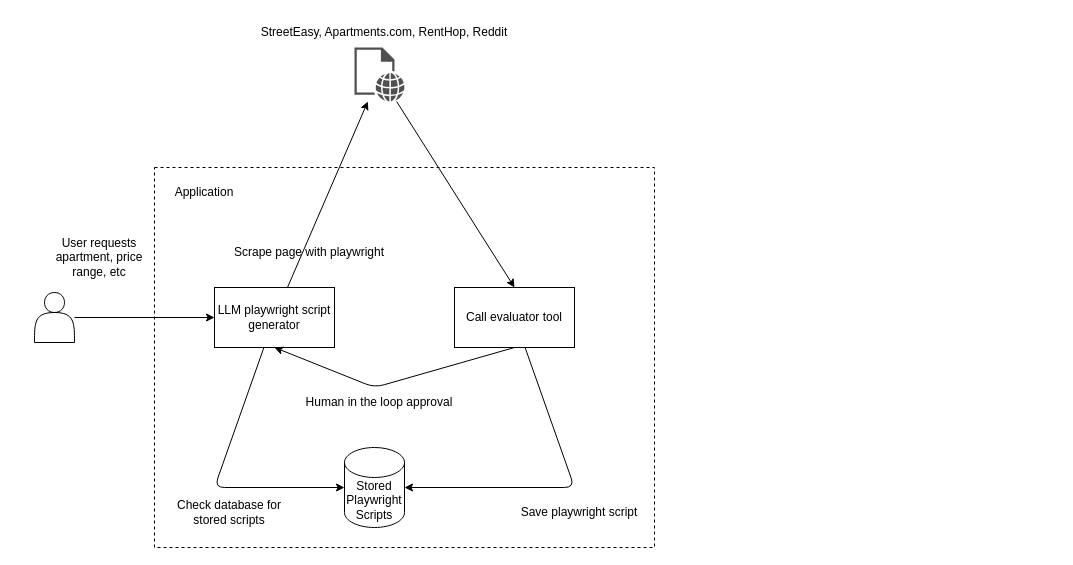
The draw.io diagram docs/architecture.drawio in GageWAnderson/broker-agent, before the edit. Source tidied: cells renumbered, new cells numbered last; positions are measured from the earlier drawing's top-left corner, leaving out a move shared by most shapes. Both pictures are drawn from the tidied source at 100%, with x=0, y=0 at pixel (34, 17).
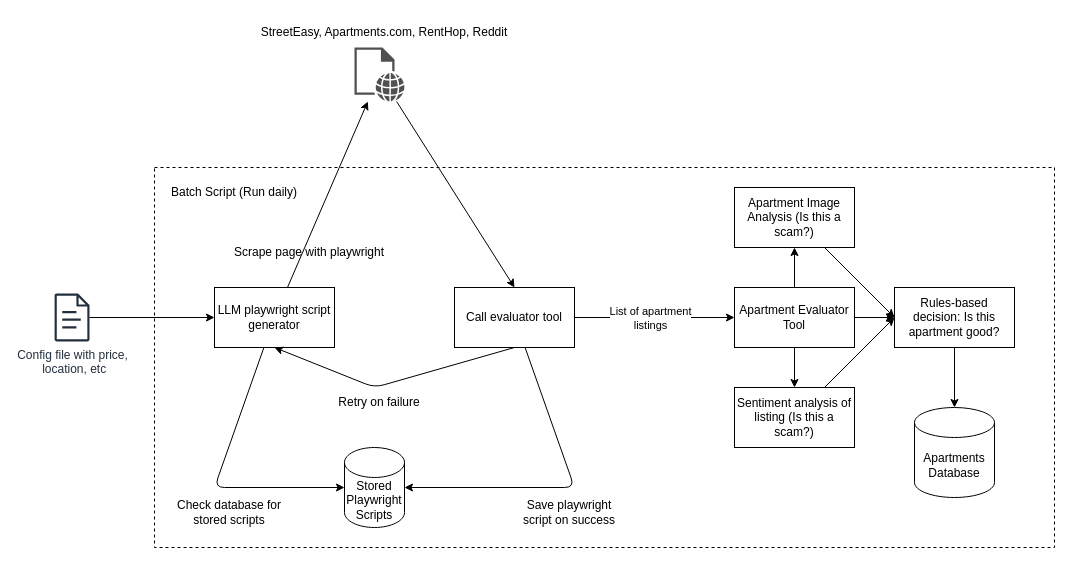
The same page after the edit.

Commit message (it also covers changes not shown here):
feat: looping through apartment script working

The change refers to these unchanged cells:
```xml
<mxCell id="6" value="LLM playwright script generator" style="whiteSpace=wrap;html=1;" parent="1" vertex="1">
  <mxGeometry x="180" y="270" width="120" height="60" as="geometry" />
</mxCell>
<mxCell id="8" value="Call evaluator tool" style="whiteSpace=wrap;html=1;" parent="1" vertex="1">
  <mxGeometry x="420" y="270" width="120" height="60" as="geometry" />
</mxCell>
```

The edit, as a diff of the source:
```diff
@@
     <mxCell id="2" style="whiteSpace=wrap;html=1;fillColor=none;dashed=1;" parent="1" vertex="1">
-      <mxGeometry x="120" y="150" width="500" height="380" as="geometry" />
+      <mxGeometry x="120" y="150" width="900" height="380" as="geometry" />
     </mxCell>
-    <mxCell id="3" style="edgeStyle=none;html=1;entryX=0;entryY=0.5;entryDx=0;entryDy=0;" parent="1" edge="1" source="4" target="6">
-      <mxGeometry relative="1" as="geometry" />
-    </mxCell>
-    <mxCell id="4" style="shape=actor;whiteSpace=wrap;html=1;" parent="1" vertex="1">
-      <mxGeometry y="275" width="40" height="50" as="geometry" />
-    </mxCell>
@@
+    <mxCell id="21" style="edgeStyle=none;html=1;entryX=0;entryY=0.5;entryDx=0;entryDy=0;" parent="1" edge="1" source="8" target="26">
+      <mxGeometry relative="1" as="geometry" />
+    </mxCell>
+    <mxCell id="22" value="List of apartment&lt;div&gt;listings&lt;/div&gt;" style="edgeLabel;html=1;align=center;verticalAlign=middle;" parent="21" vertex="1">
+      <mxGeometry x="-0.06" relative="1" as="geometry" />
+    </mxCell>
@@
-    <mxCell id="10" value="Human in the loop approval" style="text;html=1;align=center;verticalAlign=middle;whiteSpace=wrap;rounded=0;" parent="1" vertex="1">
+    <mxCell id="10" value="Retry on failure" style="text;html=1;align=center;verticalAlign=middle;whiteSpace=wrap;rounded=0;" parent="1" vertex="1">
       <mxGeometry x="260" y="370" width="170" height="30" as="geometry" />
     </mxCell>
@@
-    <mxCell id="15" value="Save playwright script" style="text;html=1;align=center;verticalAlign=middle;whiteSpace=wrap;rounded=0;" parent="1" vertex="1">
-      <mxGeometry x="460" y="480" width="170" height="30" as="geometry" />
+    <mxCell id="15" value="Save playwright script on success" style="text;html=1;align=center;verticalAlign=middle;whiteSpace=wrap;rounded=0;" parent="1" vertex="1">
+      <mxGeometry x="480" y="480" width="110" height="30" as="geometry" />
     </mxCell>
-    <mxCell id="16" value="Application" style="text;html=1;align=center;verticalAlign=middle;whiteSpace=wrap;rounded=0;" parent="1" vertex="1">
-      <mxGeometry x="130" y="160" width="80" height="30" as="geometry" />
+    <mxCell id="16" value="Batch Script (Run daily)" style="text;html=1;align=center;verticalAlign=middle;whiteSpace=wrap;rounded=0;" parent="1" vertex="1">
+      <mxGeometry x="130" y="160" width="140" height="30" as="geometry" />
     </mxCell>
@@
-    <mxCell id="20" value="User requests apartment, price range, etc" style="text;html=1;align=center;verticalAlign=middle;whiteSpace=wrap;rounded=0;" parent="1" vertex="1">
-      <mxGeometry x="10" y="210" width="110" height="60" as="geometry" />
-    </mxCell>
+    <mxCell id="23" style="edgeStyle=none;html=1;entryX=0.5;entryY=1;entryDx=0;entryDy=0;" parent="1" edge="1" source="26" target="28">
+      <mxGeometry relative="1" as="geometry" />
+    </mxCell>
+    <mxCell id="24" style="edgeStyle=none;html=1;entryX=0.5;entryY=0;entryDx=0;entryDy=0;" parent="1" edge="1" source="26" target="30">
+      <mxGeometry relative="1" as="geometry" />
+    </mxCell>
+    <mxCell id="25" style="edgeStyle=none;html=1;" parent="1" edge="1" source="26" target="32">
+      <mxGeometry relative="1" as="geometry" />
+    </mxCell>
+    <mxCell id="26" value="Apartment Evaluator Tool" style="whiteSpace=wrap;html=1;" parent="1" vertex="1">
+      <mxGeometry x="700" y="270" width="120" height="60" as="geometry" />
+    </mxCell>
+    <mxCell id="27" style="edgeStyle=none;html=1;entryX=0;entryY=0.5;entryDx=0;entryDy=0;" parent="1" edge="1" source="28" target="32">
+      <mxGeometry relative="1" as="geometry" />
+    </mxCell>
+    <mxCell id="28" value="Apartment Image Analysis (Is this a scam?)" style="whiteSpace=wrap;html=1;" parent="1" vertex="1">
+      <mxGeometry x="700" y="170" width="120" height="60" as="geometry" />
+    </mxCell>
+    <mxCell id="29" style="edgeStyle=none;html=1;entryX=0;entryY=0.5;entryDx=0;entryDy=0;" parent="1" edge="1" source="30" target="32">
+      <mxGeometry relative="1" as="geometry" />
+    </mxCell>
+    <mxCell id="30" value="Sentiment analysis of listing (Is this a scam?)" style="whiteSpace=wrap;html=1;" parent="1" vertex="1">
+      <mxGeometry x="700" y="370" width="120" height="60" as="geometry" />
+    </mxCell>
+    <mxCell id="31" style="edgeStyle=none;html=1;" parent="1" edge="1" source="32" target="33">
+      <mxGeometry relative="1" as="geometry" />
+    </mxCell>
+    <mxCell id="32" value="Rules-based decision: Is this apartment good?" style="whiteSpace=wrap;html=1;" parent="1" vertex="1">
+      <mxGeometry x="860" y="270" width="120" height="60" as="geometry" />
+    </mxCell>
+    <mxCell id="33" value="Apartments Database" style="shape=cylinder3;whiteSpace=wrap;html=1;boundedLbl=1;backgroundOutline=1;size=15;" parent="1" vertex="1">
+      <mxGeometry x="880" y="390" width="80" height="90" as="geometry" />
+    </mxCell>
+    <mxCell id="34" style="edgeStyle=none;html=1;" parent="1" edge="1" source="35" target="6">
+      <mxGeometry relative="1" as="geometry" />
+    </mxCell>
+    <mxCell id="35" value="Config file with price,&lt;div&gt;&amp;nbsp;location, etc&lt;/div&gt;" style="sketch=0;outlineConnect=0;fontColor=#232F3E;gradientColor=none;fillColor=#232F3D;strokeColor=none;dashed=0;verticalLabelPosition=bottom;verticalAlign=top;align=center;html=1;fontSize=12;fontStyle=0;shape=mxgraph.aws4.document;" parent="1" vertex="1">
+      <mxGeometry x="20" y="276" width="35.1" height="48" as="geometry" />
+    </mxCell>
```
